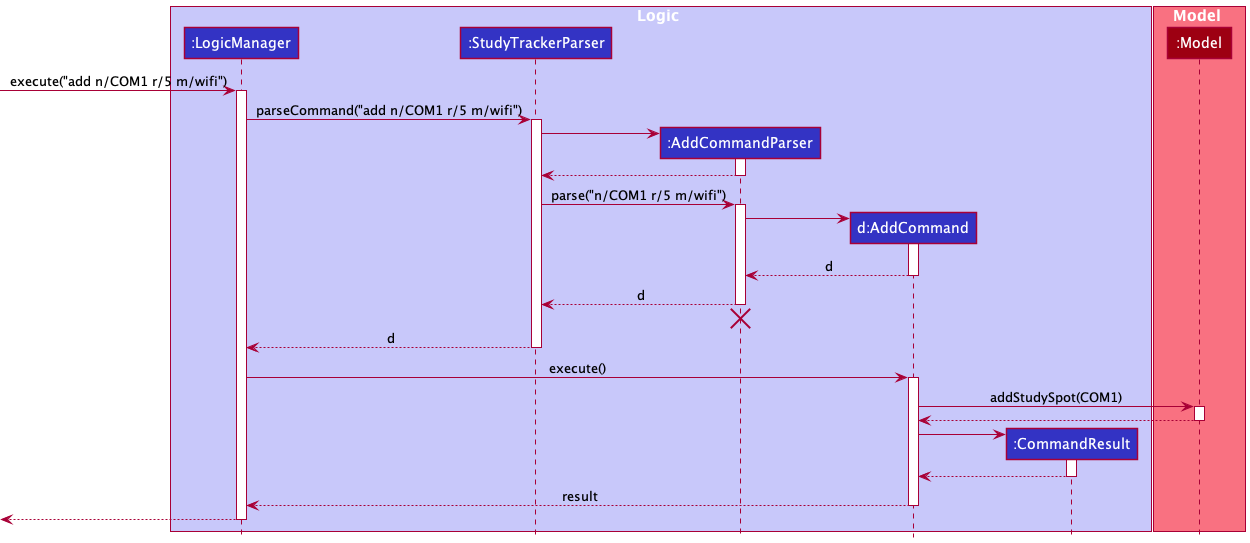
Above: docs/images/AddAmenitySequenceDiagram.png in AY2122S1-CS2103T-T09-1/tp (PlantUML), before the change.
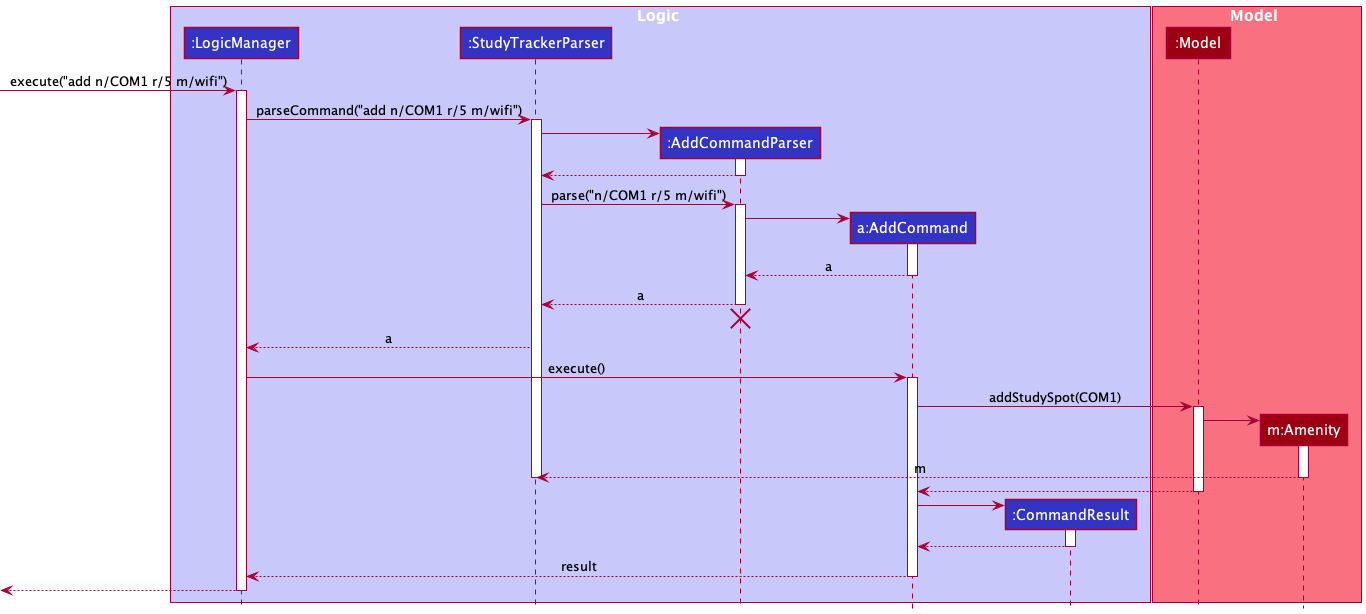
After the commit.

Commit message:
Add Amenity class in model

Change to the diagram source:
```diff
@@ -5,12 +5,13 @@
 participant ":LogicManager" as LogicManager LOGIC_COLOR
 participant ":StudyTrackerParser" as StudyTrackerParser LOGIC_COLOR
 participant ":AddCommandParser" as AddCommandParser LOGIC_COLOR
-participant "d:AddCommand" as AddCommand LOGIC_COLOR
+participant "a:AddCommand" as AddCommand LOGIC_COLOR
 participant ":CommandResult" as CommandResult LOGIC_COLOR
 end box
 
 box Model MODEL_COLOR_T1
 participant ":Model" as Model MODEL_COLOR
+participant "m:Amenity" as Amenity MODEL_COLOR
 end box
 
 [-> LogicManager : execute("add n/COM1 r/5 m/wifi")
@@ -33,22 +34,27 @@
 AddCommandParser -> AddCommand
 activate AddCommand
 
-AddCommand --> AddCommandParser : d
+AddCommand --> AddCommandParser : a
 deactivate AddCommand
 
-AddCommandParser --> StudyTrackerParser : d
+AddCommandParser --> StudyTrackerParser : a
 deactivate AddCommandParser
 AddCommandParser -[hidden]-> StudyTrackerParser
 destroy AddCommandParser
 
-StudyTrackerParser --> LogicManager : d
-deactivate StudyTrackerParser
+StudyTrackerParser --> LogicManager : a
 
 LogicManager -> AddCommand : execute()
 activate AddCommand
 
 AddCommand -> Model : addStudySpot(COM1)
 activate Model
+create Amenity
+Model -> Amenity
+activate Amenity
+Amenity --> StudyTrackerParser : m
+deactivate Amenity
+deactivate StudyTrackerParser
 
 Model --> AddCommand
 deactivate Model
```
